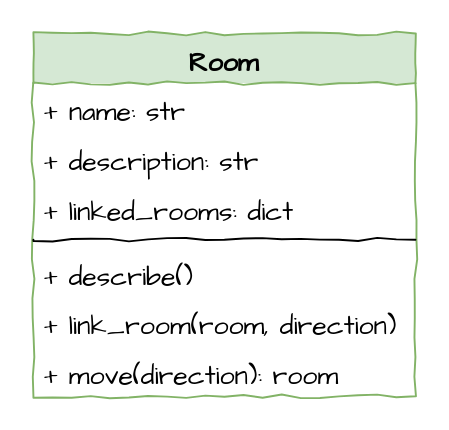
This is page "lesson_2_class_diagram" (6 of 8) of working_files/deepest_dungeon_diagrams.drawio from DamoM73/python-oop-with-deepest-dungeon, a draw.io file, before an edit. Source tidied: cells renumbered, new cells numbered last; positions are measured from the earlier drawing's top-left corner, leaving out a move shared by most shapes. Both pictures are drawn from the tidied source at 191%, with x=0, y=0 at pixel (32, 32).
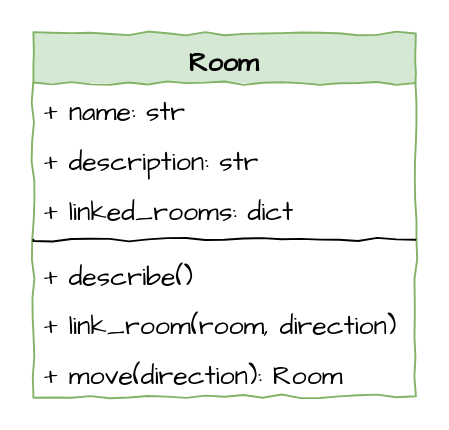
After the change.

Change to the diagram source:
```diff
@@
 <mxGraphModel>
   <root>
     <mxCell id="0" />
     <mxCell id="1" parent="0" />
     <mxCell id="2" value="Room" style="swimlane;fontStyle=1;align=center;verticalAlign=top;horizontal=1;startSize=26;comic=1;sketch=1;sketchStyle=comic;fontFamily=Comic Sans MS;fontSize=14;fillColor=#d5e8d4;strokeColor=#82b366;" parent="1" vertex="1">
       <mxGeometry width="200" height="190" as="geometry" />
     </mxCell>
     <mxCell id="3" value="+ name: str" style="text;strokeColor=none;fillColor=none;align=left;verticalAlign=top;spacingLeft=4;spacingRight=4;overflow=hidden;comic=1;sketch=1;sketchStyle=comic;fontFamily=Comic Sans MS;fontSize=14;" parent="2" vertex="1">
       <mxGeometry y="26" width="200" height="26" as="geometry" />
     </mxCell>
     <mxCell id="4" value="+ description: str" style="text;strokeColor=none;fillColor=none;align=left;verticalAlign=top;spacingLeft=4;spacingRight=4;overflow=hidden;comic=1;sketch=1;sketchStyle=comic;fontFamily=Comic Sans MS;fontSize=14;" parent="2" vertex="1">
       <mxGeometry y="52" width="200" height="26" as="geometry" />
     </mxCell>
     <mxCell id="5" value="+ linked_rooms: dict" style="text;strokeColor=none;fillColor=none;align=left;verticalAlign=top;spacingLeft=4;spacingRight=4;overflow=hidden;comic=1;sketch=1;sketchStyle=comic;fontFamily=Comic Sans MS;fontSize=14;" parent="2" vertex="1">
       <mxGeometry y="78" width="200" height="26" as="geometry" />
     </mxCell>
     <mxCell id="6" style="line;strokeWidth=1;fillColor=none;align=left;verticalAlign=middle;spacingTop=-1;spacingLeft=3;spacingRight=3;labelPosition=right;comic=1;sketch=1;sketchStyle=comic;fontFamily=Comic Sans MS;fontSize=14;" parent="2" vertex="1">
       <mxGeometry y="104" width="200" height="8" as="geometry" />
     </mxCell>
     <mxCell id="7" value="+ describe()" style="text;strokeColor=none;fillColor=none;align=left;verticalAlign=top;spacingLeft=4;spacingRight=4;overflow=hidden;comic=1;sketch=1;sketchStyle=comic;fontFamily=Comic Sans MS;fontSize=14;" parent="2" vertex="1">
       <mxGeometry y="112" width="200" height="26" as="geometry" />
     </mxCell>
     <mxCell id="8" value="+ link_room(room, direction)" style="text;strokeColor=none;fillColor=none;align=left;verticalAlign=top;spacingLeft=4;spacingRight=4;overflow=hidden;comic=1;sketch=1;sketchStyle=comic;fontFamily=Comic Sans MS;fontSize=14;" parent="2" vertex="1">
       <mxGeometry y="138" width="200" height="26" as="geometry" />
     </mxCell>
-    <mxCell id="9" value="+ move(direction): room" style="text;strokeColor=none;fillColor=none;align=left;verticalAlign=top;spacingLeft=4;spacingRight=4;overflow=hidden;comic=1;sketch=1;sketchStyle=comic;fontFamily=Comic Sans MS;fontSize=14;" parent="2" vertex="1">
+    <mxCell id="9" value="+ move(direction): Room" style="text;strokeColor=none;fillColor=none;align=left;verticalAlign=top;spacingLeft=4;spacingRight=4;overflow=hidden;comic=1;sketch=1;sketchStyle=comic;fontFamily=Comic Sans MS;fontSize=14;" parent="2" vertex="1">
       <mxGeometry y="164" width="200" height="26" as="geometry" />
     </mxCell>
   </root>
 </mxGraphModel>
```
